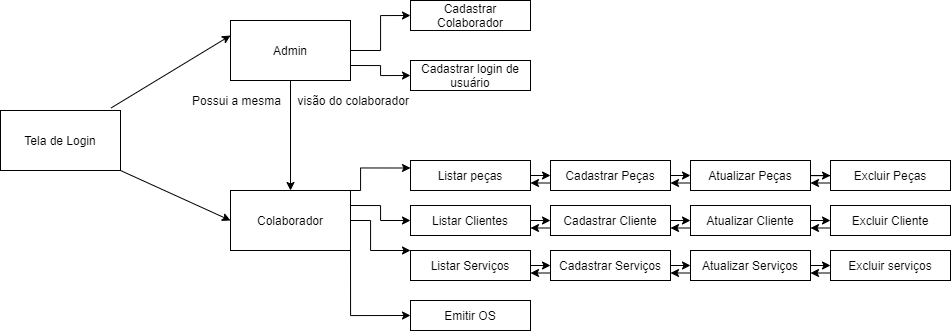
Earlier version of the draw.io export documentation/fluxo-telas.png (Gedenilton/Programacao_2_PLE). Source tidied: cells renumbered, new cells last; positions are measured from the earlier drawing's top-left corner, leaving out a move shared by most shapes.
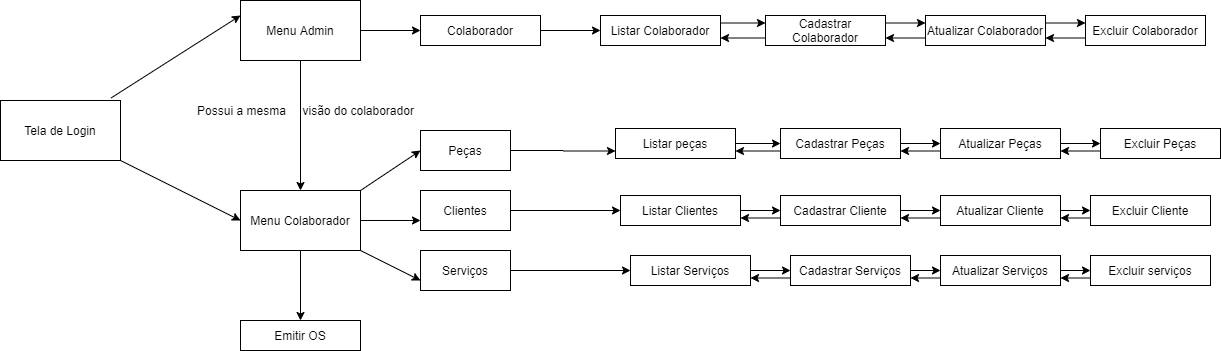
The same file after the commit.

Diff of the diagram source:
```diff
@@ -3,66 +3,43 @@
     <mxCell id="0" />
     <mxCell id="1" parent="0" />
     <mxCell id="2" value="Tela de Login" style="rounded=0;whiteSpace=wrap;html=1;" parent="1" vertex="1">
-      <mxGeometry y="110" width="120" height="60" as="geometry" />
+      <mxGeometry x="-260" y="120" width="120" height="60" as="geometry" />
     </mxCell>
     <mxCell id="3" style="edgeStyle=orthogonalEdgeStyle;rounded=0;jettySize=auto;html=1;exitX=0.5;exitY=1;exitDx=0;exitDy=0;entryX=0.5;entryY=0;entryDx=0;entryDy=0;" parent="1" edge="1" source="6" target="11">
       <mxGeometry relative="1" as="geometry" />
     </mxCell>
-    <mxCell id="4" style="edgeStyle=orthogonalEdgeStyle;rounded=0;jettySize=auto;html=1;exitX=1;exitY=0.5;exitDx=0;exitDy=0;entryX=0;entryY=0.5;entryDx=0;entryDy=0;" parent="1" edge="1" source="6" target="46">
-      <mxGeometry relative="1" as="geometry" />
-    </mxCell>
-    <mxCell id="5" style="edgeStyle=orthogonalEdgeStyle;rounded=0;jettySize=auto;html=1;exitX=1;exitY=0.75;exitDx=0;exitDy=0;entryX=0;entryY=0.5;entryDx=0;entryDy=0;" parent="1" edge="1" source="6" target="47">
+    <mxCell id="5" style="edgeStyle=orthogonalEdgeStyle;rounded=0;jettySize=auto;html=1;exitX=1;exitY=0.5;exitDx=0;exitDy=0;entryX=0;entryY=0.5;entryDx=0;entryDy=0;" parent="1" edge="1" source="6" target="47">
       <mxGeometry relative="1" as="geometry" />
     </mxCell>
-    <mxCell id="6" value="Admin" style="rounded=0;whiteSpace=wrap;html=1;" parent="1" vertex="1">
-      <mxGeometry x="230" y="20" width="120" height="60" as="geometry" />
+    <mxCell id="6" value="Menu Admin" style="rounded=0;whiteSpace=wrap;html=1;" parent="1" vertex="1">
+      <mxGeometry x="-20" y="20" width="120" height="60" as="geometry" />
     </mxCell>
-    <mxCell id="7" style="edgeStyle=orthogonalEdgeStyle;rounded=0;jettySize=auto;html=1;exitX=1;exitY=0.25;exitDx=0;exitDy=0;entryX=0;entryY=0.5;entryDx=0;entryDy=0;" parent="1" edge="1" source="11" target="15">
-      <mxGeometry relative="1" as="geometry" />
-    </mxCell>
-    <mxCell id="8" style="edgeStyle=orthogonalEdgeStyle;rounded=0;jettySize=auto;html=1;exitX=1;exitY=0.5;exitDx=0;exitDy=0;entryX=0;entryY=0;entryDx=0;entryDy=0;" parent="1" edge="1" source="11" target="17">
-      <mxGeometry relative="1" as="geometry">
-        <Array as="points">
-          <mxPoint x="370" y="220" />
-          <mxPoint x="370" y="250" />
-        </Array>
-      </mxGeometry>
-    </mxCell>
-    <mxCell id="9" style="edgeStyle=orthogonalEdgeStyle;rounded=0;jettySize=auto;html=1;exitX=1;exitY=0;exitDx=0;exitDy=0;entryX=0;entryY=0.25;entryDx=0;entryDy=0;" parent="1" edge="1" source="11" target="13">
-      <mxGeometry relative="1" as="geometry">
-        <Array as="points">
-          <mxPoint x="360" y="190" />
-          <mxPoint x="360" y="168" />
-        </Array>
-      </mxGeometry>
-    </mxCell>
+    <mxCell id="48" style="edgeStyle=orthogonalEdgeStyle;rounded=0;jettySize=auto;html=1;exitX=1;exitY=0.5;exitDx=0;exitDy=0;entryX=0;entryY=0.75;entryDx=0;entryDy=0;" parent="1" edge="1" source="11" target="53">
+      <mxGeometry relative="1" as="geometry" />
+    </mxCell>
-    <mxCell id="10" style="edgeStyle=orthogonalEdgeStyle;rounded=0;jettySize=auto;html=1;exitX=1;exitY=1;exitDx=0;exitDy=0;entryX=0;entryY=0.5;entryDx=0;entryDy=0;" parent="1" edge="1" source="11" target="44">
-      <mxGeometry relative="1" as="geometry">
-        <Array as="points">
-          <mxPoint x="350" y="315" />
-        </Array>
-      </mxGeometry>
+    <mxCell id="10" style="edgeStyle=orthogonalEdgeStyle;rounded=0;jettySize=auto;html=1;exitX=0.5;exitY=1;exitDx=0;exitDy=0;entryX=0.5;entryY=0;entryDx=0;entryDy=0;" parent="1" edge="1" source="11" target="44">
+      <mxGeometry relative="1" as="geometry" />
     </mxCell>
-    <mxCell id="11" value="Colaborador" style="rounded=0;whiteSpace=wrap;html=1;" parent="1" vertex="1">
-      <mxGeometry x="230" y="190" width="120" height="60" as="geometry" />
+    <mxCell id="11" value="Menu Colaborador" style="rounded=0;whiteSpace=wrap;html=1;" parent="1" vertex="1">
+      <mxGeometry x="-20" y="210" width="120" height="60" as="geometry" />
     </mxCell>
     <mxCell id="12" style="edgeStyle=orthogonalEdgeStyle;rounded=0;jettySize=auto;html=1;exitX=1;exitY=0.5;exitDx=0;exitDy=0;entryX=0;entryY=0.5;entryDx=0;entryDy=0;" parent="1" edge="1" source="13" target="28">
       <mxGeometry relative="1" as="geometry" />
     </mxCell>
     <mxCell id="13" value="Listar peças" style="rounded=0;whiteSpace=wrap;html=1;" parent="1" vertex="1">
-      <mxGeometry x="410" y="160" width="120" height="30" as="geometry" />
+      <mxGeometry x="355" y="148" width="120" height="30" as="geometry" />
     </mxCell>
     <mxCell id="14" style="edgeStyle=orthogonalEdgeStyle;rounded=0;jettySize=auto;html=1;exitX=1;exitY=0.5;exitDx=0;exitDy=0;entryX=0;entryY=0.5;entryDx=0;entryDy=0;" parent="1" edge="1" source="15" target="25">
       <mxGeometry relative="1" as="geometry" />
     </mxCell>
     <mxCell id="15" value="Listar Clientes" style="rounded=0;whiteSpace=wrap;html=1;" parent="1" vertex="1">
-      <mxGeometry x="410" y="205" width="120" height="30" as="geometry" />
+      <mxGeometry x="360" y="215" width="120" height="30" as="geometry" />
     </mxCell>
     <mxCell id="16" style="edgeStyle=orthogonalEdgeStyle;rounded=0;jettySize=auto;html=1;exitX=1;exitY=0.5;exitDx=0;exitDy=0;entryX=0;entryY=0.5;entryDx=0;entryDy=0;" parent="1" edge="1" source="17" target="22">
       <mxGeometry relative="1" as="geometry" />
     </mxCell>
     <mxCell id="17" value="Listar Serviços" style="rounded=0;whiteSpace=wrap;html=1;" parent="1" vertex="1">
-      <mxGeometry x="410" y="250" width="120" height="30" as="geometry" />
+      <mxGeometry x="370" y="275" width="120" height="30" as="geometry" />
     </mxCell>
     <mxCell id="18" style="endArrow=classic;html=1;entryX=0;entryY=0.5;entryDx=0;entryDy=0;exitX=1;exitY=1;exitDx=0;exitDy=0;" parent="1" edge="1" source="2" target="11">
       <mxGeometry relative="1" as="geometry" />
@@ -77,7 +54,7 @@
       <mxGeometry relative="1" as="geometry" />
     </mxCell>
     <mxCell id="22" value="Cadastrar Serviços" style="rounded=0;whiteSpace=wrap;html=1;" parent="1" vertex="1">
-      <mxGeometry x="550" y="250" width="120" height="30" as="geometry" />
+      <mxGeometry x="530" y="275" width="120" height="30" as="geometry" />
     </mxCell>
     <mxCell id="23" style="edgeStyle=orthogonalEdgeStyle;rounded=0;jettySize=auto;html=1;exitX=1;exitY=0.5;exitDx=0;exitDy=0;entryX=0;entryY=0.5;entryDx=0;entryDy=0;" parent="1" edge="1" source="25" target="34">
       <mxGeometry relative="1" as="geometry" />
@@ -86,7 +63,7 @@
       <mxGeometry relative="1" as="geometry" />
     </mxCell>
     <mxCell id="25" value="Cadastrar Cliente" style="rounded=0;whiteSpace=wrap;html=1;" parent="1" vertex="1">
-      <mxGeometry x="550" y="205" width="120" height="30" as="geometry" />
+      <mxGeometry x="520" y="215" width="120" height="30" as="geometry" />
     </mxCell>
     <mxCell id="26" style="edgeStyle=orthogonalEdgeStyle;rounded=0;jettySize=auto;html=1;exitX=1;exitY=0.5;exitDx=0;exitDy=0;entryX=0;entryY=0.5;entryDx=0;entryDy=0;" parent="1" edge="1" source="28" target="31">
       <mxGeometry relative="1" as="geometry" />
@@ -95,7 +72,7 @@
       <mxGeometry relative="1" as="geometry" />
     </mxCell>
     <mxCell id="28" value="Cadastrar Peças" style="rounded=0;whiteSpace=wrap;html=1;" parent="1" vertex="1">
-      <mxGeometry x="550" y="160" width="120" height="30" as="geometry" />
+      <mxGeometry x="520" y="148" width="120" height="30" as="geometry" />
     </mxCell>
     <mxCell id="29" style="edgeStyle=orthogonalEdgeStyle;rounded=0;jettySize=auto;html=1;exitX=1;exitY=0.5;exitDx=0;exitDy=0;" parent="1" edge="1" source="31" target="39">
       <mxGeometry relative="1" as="geometry" />
@@ -104,7 +81,7 @@
       <mxGeometry relative="1" as="geometry" />
     </mxCell>
     <mxCell id="31" value="Atualizar Peças" style="rounded=0;whiteSpace=wrap;html=1;" parent="1" vertex="1">
-      <mxGeometry x="690" y="160" width="120" height="30" as="geometry" />
+      <mxGeometry x="680" y="148" width="120" height="30" as="geometry" />
     </mxCell>
     <mxCell id="32" style="edgeStyle=orthogonalEdgeStyle;rounded=0;jettySize=auto;html=1;exitX=1;exitY=0.5;exitDx=0;exitDy=0;entryX=0;entryY=0.5;entryDx=0;entryDy=0;" parent="1" edge="1" source="34" target="41">
       <mxGeometry relative="1" as="geometry" />
@@ -113,7 +90,7 @@
       <mxGeometry relative="1" as="geometry" />
     </mxCell>
     <mxCell id="34" value="Atualizar Cliente" style="rounded=0;whiteSpace=wrap;html=1;" parent="1" vertex="1">
-      <mxGeometry x="690" y="205" width="120" height="30" as="geometry" />
+      <mxGeometry x="680" y="215" width="120" height="30" as="geometry" />
     </mxCell>
     <mxCell id="35" style="edgeStyle=orthogonalEdgeStyle;rounded=0;jettySize=auto;html=1;exitX=1;exitY=0.5;exitDx=0;exitDy=0;entryX=0;entryY=0.5;entryDx=0;entryDy=0;" parent="1" edge="1" source="37" target="43">
       <mxGeometry relative="1" as="geometry" />
@@ -122,37 +99,93 @@
       <mxGeometry relative="1" as="geometry" />
     </mxCell>
     <mxCell id="37" value="Atualizar Serviços" style="rounded=0;whiteSpace=wrap;html=1;" parent="1" vertex="1">
-      <mxGeometry x="690" y="250" width="120" height="30" as="geometry" />
+      <mxGeometry x="680" y="275" width="120" height="30" as="geometry" />
     </mxCell>
     <mxCell id="38" style="edgeStyle=orthogonalEdgeStyle;rounded=0;jettySize=auto;html=1;exitX=0;exitY=0.75;exitDx=0;exitDy=0;entryX=1;entryY=0.75;entryDx=0;entryDy=0;" parent="1" edge="1" source="39" target="31">
       <mxGeometry relative="1" as="geometry" />
     </mxCell>
     <mxCell id="39" value="Excluir Peças" style="rounded=0;whiteSpace=wrap;html=1;" parent="1" vertex="1">
-      <mxGeometry x="830" y="160" width="120" height="30" as="geometry" />
+      <mxGeometry x="840" y="148" width="120" height="30" as="geometry" />
     </mxCell>
     <mxCell id="40" style="edgeStyle=orthogonalEdgeStyle;rounded=0;jettySize=auto;html=1;exitX=0;exitY=0.75;exitDx=0;exitDy=0;entryX=1;entryY=0.75;entryDx=0;entryDy=0;" parent="1" edge="1" source="41" target="34">
       <mxGeometry relative="1" as="geometry" />
     </mxCell>
     <mxCell id="41" value="Excluir Cliente" style="rounded=0;whiteSpace=wrap;html=1;" parent="1" vertex="1">
-      <mxGeometry x="830" y="205" width="120" height="30" as="geometry" />
+      <mxGeometry x="830" y="215" width="120" height="30" as="geometry" />
     </mxCell>
     <mxCell id="42" style="edgeStyle=orthogonalEdgeStyle;rounded=0;jettySize=auto;html=1;exitX=0;exitY=0.75;exitDx=0;exitDy=0;entryX=1;entryY=0.75;entryDx=0;entryDy=0;" parent="1" edge="1" source="43" target="37">
       <mxGeometry relative="1" as="geometry" />
     </mxCell>
     <mxCell id="43" value="Excluir serviços" style="rounded=0;whiteSpace=wrap;html=1;" parent="1" vertex="1">
-      <mxGeometry x="830" y="250" width="120" height="30" as="geometry" />
+      <mxGeometry x="830" y="275" width="120" height="30" as="geometry" />
     </mxCell>
     <mxCell id="44" value="Emitir OS" style="rounded=0;whiteSpace=wrap;html=1;" parent="1" vertex="1">
-      <mxGeometry x="410" y="300" width="120" height="30" as="geometry" />
+      <mxGeometry x="-20" y="340" width="120" height="30" as="geometry" />
     </mxCell>
     <mxCell id="45" value="Possui a mesma&amp;nbsp; &amp;nbsp; &amp;nbsp;visão do colaborador" style="text;html=1;align=center;verticalAlign=middle;" parent="1" vertex="1">
-      <mxGeometry x="185" y="90" width="230" height="20" as="geometry" />
+      <mxGeometry x="-70" y="120" width="230" height="20" as="geometry" />
     </mxCell>
+    <mxCell id="49" style="edgeStyle=orthogonalEdgeStyle;rounded=0;jettySize=auto;html=1;exitX=1;exitY=0.5;exitDx=0;exitDy=0;entryX=0;entryY=0.5;entryDx=0;entryDy=0;" parent="1" edge="1" source="47" target="59">
+      <mxGeometry relative="1" as="geometry" />
+    </mxCell>
+    <mxCell id="47" value="Colaborador" style="rounded=0;whiteSpace=wrap;html=1;" parent="1" vertex="1">
+      <mxGeometry x="160" y="35" width="120" height="30" as="geometry" />
+    </mxCell>
+    <mxCell id="50" style="edgeStyle=orthogonalEdgeStyle;rounded=0;jettySize=auto;html=1;exitX=1;exitY=0.5;exitDx=0;exitDy=0;entryX=0;entryY=0.75;entryDx=0;entryDy=0;" parent="1" edge="1" source="51" target="13">
+      <mxGeometry relative="1" as="geometry" />
+    </mxCell>
+    <mxCell id="51" value="Peças" style="rounded=0;whiteSpace=wrap;html=1;" parent="1" vertex="1">
+      <mxGeometry x="160" y="150" width="90" height="40" as="geometry" />
+    </mxCell>
+    <mxCell id="52" style="edgeStyle=orthogonalEdgeStyle;rounded=0;jettySize=auto;html=1;exitX=1;exitY=0.5;exitDx=0;exitDy=0;entryX=0;entryY=0.5;entryDx=0;entryDy=0;" parent="1" edge="1" source="53" target="15">
+      <mxGeometry relative="1" as="geometry" />
+    </mxCell>
+    <mxCell id="53" value="Clientes" style="rounded=0;whiteSpace=wrap;html=1;" parent="1" vertex="1">
+      <mxGeometry x="160" y="210" width="90" height="40" as="geometry" />
+    </mxCell>
+    <mxCell id="54" style="edgeStyle=orthogonalEdgeStyle;rounded=0;jettySize=auto;html=1;exitX=1;exitY=0.5;exitDx=0;exitDy=0;" parent="1" edge="1" source="55" target="17">
+      <mxGeometry relative="1" as="geometry" />
+    </mxCell>
+    <mxCell id="55" value="Serviços" style="rounded=0;whiteSpace=wrap;html=1;" parent="1" vertex="1">
+      <mxGeometry x="160" y="270" width="90" height="40" as="geometry" />
+    </mxCell>
+    <mxCell id="56" style="endArrow=classic;html=1;entryX=0;entryY=0.5;entryDx=0;entryDy=0;" parent="1" edge="1" target="51">
+      <mxGeometry relative="1" as="geometry">
+        <mxPoint x="100" y="210" as="sourcePoint" />
+      </mxGeometry>
+    </mxCell>
+    <mxCell id="57" style="endArrow=classic;html=1;entryX=0;entryY=0.75;entryDx=0;entryDy=0;exitX=1;exitY=1;exitDx=0;exitDy=0;" parent="1" edge="1" source="11" target="55">
+      <mxGeometry relative="1" as="geometry" />
+    </mxCell>
+    <mxCell id="58" style="edgeStyle=orthogonalEdgeStyle;rounded=0;jettySize=auto;html=1;exitX=1;exitY=0.25;exitDx=0;exitDy=0;entryX=0;entryY=0.25;entryDx=0;entryDy=0;" parent="1" edge="1" source="59" target="46">
+      <mxGeometry relative="1" as="geometry" />
+    </mxCell>
+    <mxCell id="59" value="Listar Colaborador" style="rounded=0;whiteSpace=wrap;html=1;" parent="1" vertex="1">
+      <mxGeometry x="340" y="35" width="120" height="30" as="geometry" />
+    </mxCell>
+    <mxCell id="60" style="edgeStyle=orthogonalEdgeStyle;rounded=0;jettySize=auto;html=1;exitX=0;exitY=0.75;exitDx=0;exitDy=0;entryX=1;entryY=0.75;entryDx=0;entryDy=0;" parent="1" edge="1" source="46" target="59">
+      <mxGeometry relative="1" as="geometry" />
+    </mxCell>
+    <mxCell id="61" style="edgeStyle=orthogonalEdgeStyle;rounded=0;jettySize=auto;html=1;exitX=1;exitY=0.25;exitDx=0;exitDy=0;entryX=0;entryY=0.25;entryDx=0;entryDy=0;" parent="1" edge="1" source="46" target="64">
+      <mxGeometry relative="1" as="geometry" />
+    </mxCell>
     <mxCell id="46" value="Cadastrar Colaborador" style="rounded=0;whiteSpace=wrap;html=1;" parent="1" vertex="1">
-      <mxGeometry x="410" width="120" height="30" as="geometry" />
+      <mxGeometry x="505" y="35" width="120" height="30" as="geometry" />
     </mxCell>
-    <mxCell id="47" value="Cadastrar login de usuário" style="rounded=0;whiteSpace=wrap;html=1;" parent="1" vertex="1">
-      <mxGeometry x="410" y="60" width="120" height="30" as="geometry" />
-    </mxCell>
+    <mxCell id="62" style="edgeStyle=orthogonalEdgeStyle;rounded=0;jettySize=auto;html=1;exitX=0;exitY=0.75;exitDx=0;exitDy=0;entryX=1;entryY=0.75;entryDx=0;entryDy=0;" parent="1" edge="1" source="64" target="46">
+      <mxGeometry relative="1" as="geometry" />
+    </mxCell>
+    <mxCell id="63" style="edgeStyle=orthogonalEdgeStyle;rounded=0;jettySize=auto;html=1;exitX=1;exitY=0.25;exitDx=0;exitDy=0;entryX=0;entryY=0.25;entryDx=0;entryDy=0;" parent="1" edge="1" source="64" target="66">
+      <mxGeometry relative="1" as="geometry" />
+    </mxCell>
+    <mxCell id="64" value="Atualizar Colaborador" style="rounded=0;whiteSpace=wrap;html=1;" parent="1" vertex="1">
+      <mxGeometry x="665" y="35" width="120" height="30" as="geometry" />
+    </mxCell>
+    <mxCell id="65" style="edgeStyle=orthogonalEdgeStyle;rounded=0;jettySize=auto;html=1;exitX=0;exitY=0.75;exitDx=0;exitDy=0;entryX=1;entryY=0.75;entryDx=0;entryDy=0;" parent="1" edge="1" source="66" target="64">
+      <mxGeometry relative="1" as="geometry" />
+    </mxCell>
+    <mxCell id="66" value="Excluir Colaborador" style="rounded=0;whiteSpace=wrap;html=1;" parent="1" vertex="1">
+      <mxGeometry x="825" y="35" width="120" height="30" as="geometry" />
+    </mxCell>
   </root>
 </mxGraphModel>
```
